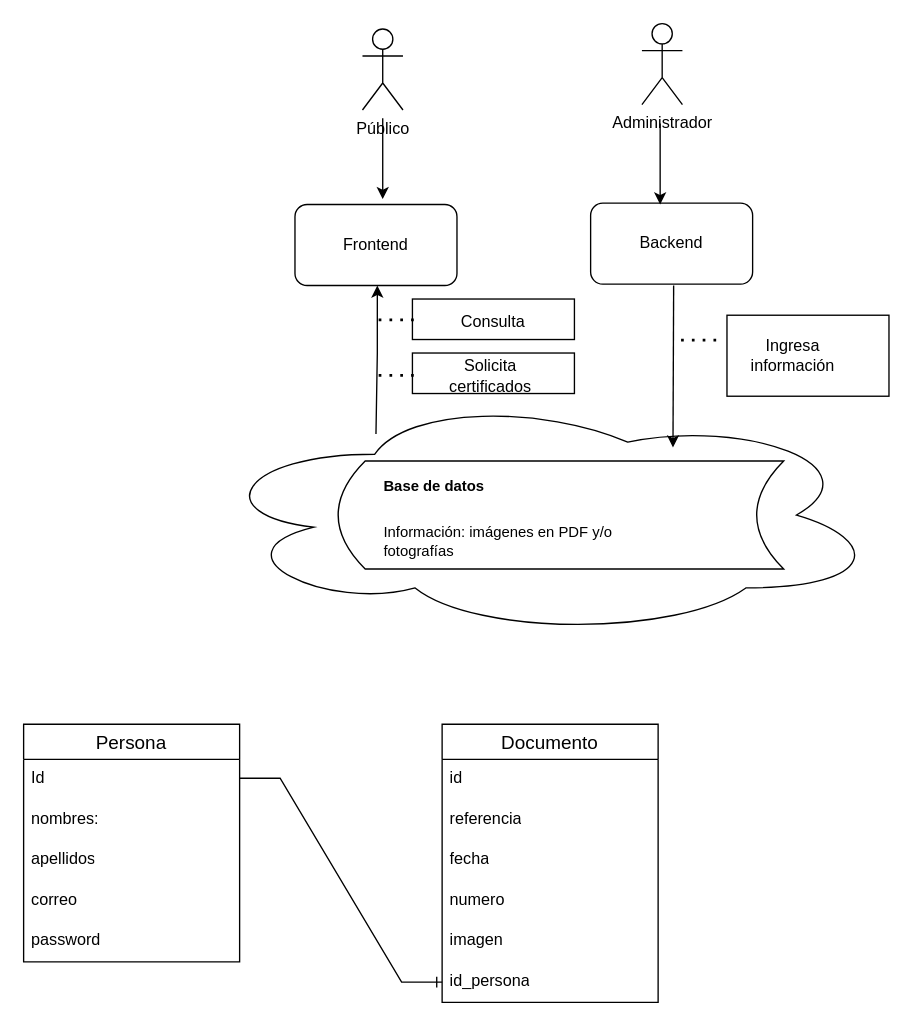
This is Diagrama sin título.drawio from DiegoBenjumeaDeveloper/Agendamiento, a draw.io file, before an edit. Source tidied: cells renumbered, new cells numbered last; positions are measured from the earlier drawing's top-left corner, leaving out a move shared by most shapes. Both pictures are drawn from the tidied source at 135%, with x=0, y=0 at pixel (23, 23).
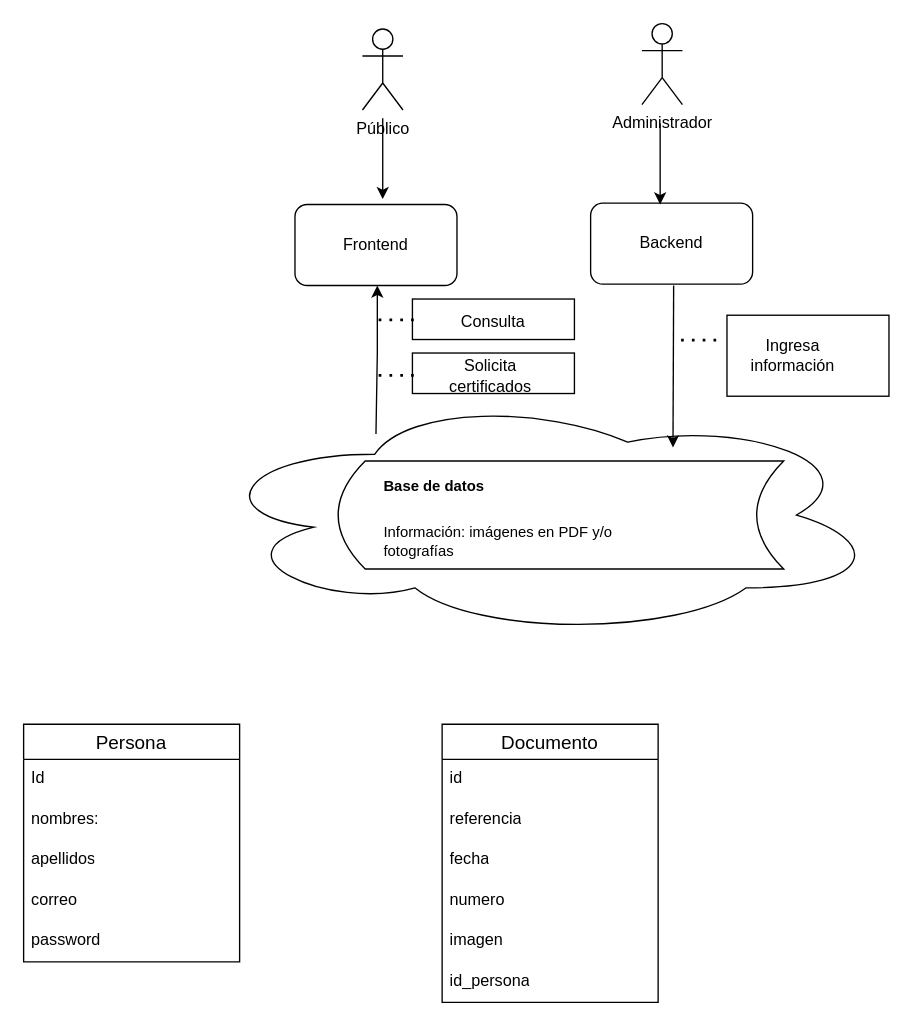
After the change.

Commit message:
Actualizar Diagrama sin título2.drawio

Unchanged cells that the change refers to:
```xml
<mxCell id="34" value="id_persona" style="text;strokeColor=none;fillColor=none;spacingLeft=4;spacingRight=4;overflow=hidden;points=[[0,0.5],[1,0.5]];portConstraint=eastwest;fontSize=12;whiteSpace=wrap;html=1;" parent="28" vertex="1">
  <mxGeometry y="176" width="160" height="30" as="geometry" />
</mxCell>
```

What changed in the source:
```diff
@@
-    <mxCell id="41" style="edgeStyle=entityRelationEdgeStyle;fontSize=12;html=1;endArrow=ERone;endFill=1;rounded=0;entryX=0;entryY=0.5;entryDx=0;entryDy=0;" parent="1" edge="1" target="34">
-      <mxGeometry relative="1" as="geometry">
-        <mxPoint x="160" y="559" as="sourcePoint" />
-      </mxGeometry>
-    </mxCell>
```
